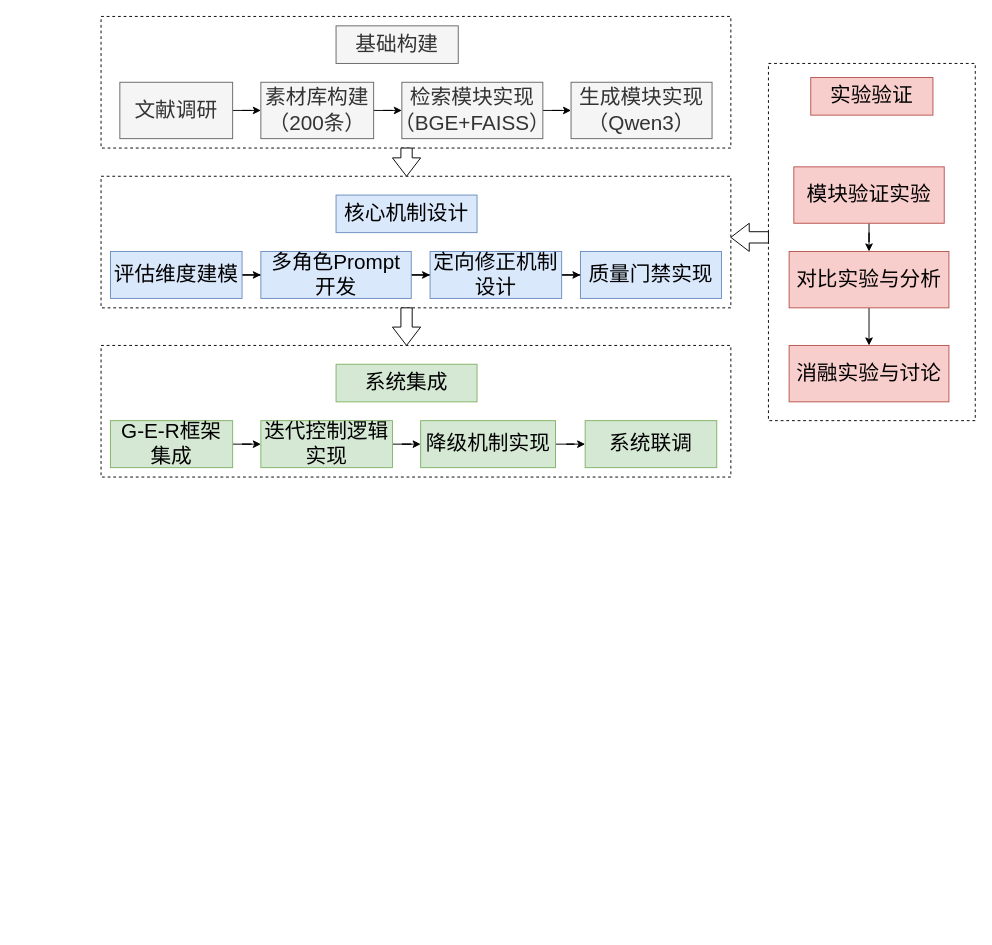
Before: （开题报告3）技术路线图.drawio in handsome-tony/picture, a draw.io diagram. Source tidied: cells renumbered, new cells numbered last; positions are measured from the earlier drawing's top-left corner, leaving out a move shared by most shapes. Both pictures are drawn from the tidied source at 94%, with x=0, y=0 at pixel (101, 16).
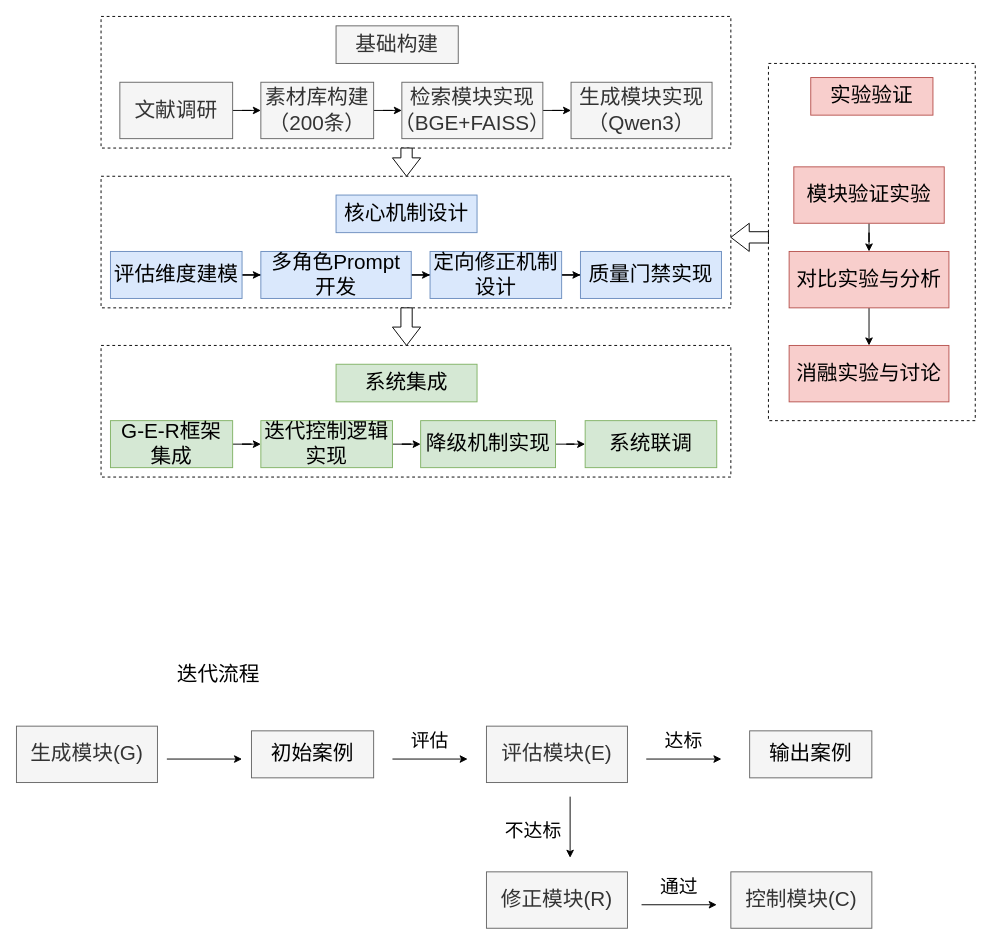
Above is the later version.

Commit message:
更新（开题报告3）技术路线图.drawio

The edit, as a diff of the source:
```diff
@@
+    <mxCell id="39" value="&lt;font style=&quot;font-size: 22px;&quot;&gt;迭代流程&lt;/font&gt;" style="text;html=1;whiteSpace=wrap;strokeColor=none;fillColor=none;align=center;verticalAlign=middle;rounded=0;" parent="1" vertex="1">
+      <mxGeometry x="30" y="680" width="190" height="40" as="geometry" />
+    </mxCell>
+    <mxCell id="40" value="&lt;font style=&quot;font-size: 22px;&quot;&gt;初始案例&lt;/font&gt;" style="rounded=0;whiteSpace=wrap;html=1;fillColor=#f5f5f5;strokeColor=#666666;" parent="1" vertex="1">
+      <mxGeometry x="160" y="760" width="130" height="50" as="geometry" />
+    </mxCell>
+    <mxCell id="41" value="&lt;font style=&quot;font-size: 22px;&quot;&gt;评估模块(E)&lt;/font&gt;" style="rounded=0;whiteSpace=wrap;html=1;fillColor=#f5f5f5;fontColor=#333333;strokeColor=#666666;" parent="1" vertex="1">
+      <mxGeometry x="410" y="755" width="150" height="60" as="geometry" />
+    </mxCell>
+    <mxCell id="42" style="endArrow=classic;html=1;rounded=0;" parent="1" edge="1">
+      <mxGeometry relative="1" as="geometry">
+        <mxPoint x="310" y="790" as="sourcePoint" />
+        <mxPoint x="390" y="790" as="targetPoint" />
+      </mxGeometry>
+    </mxCell>
+    <mxCell id="43" value="&lt;font style=&quot;font-size: 20px;&quot;&gt;评估&lt;/font&gt;" style="text;html=1;whiteSpace=wrap;strokeColor=none;fillColor=none;align=center;verticalAlign=middle;rounded=0;" parent="1" vertex="1">
+      <mxGeometry x="320" y="755" width="60" height="30" as="geometry" />
+    </mxCell>
+    <mxCell id="44" style="endArrow=classic;html=1;rounded=0;" parent="1" edge="1">
+      <mxGeometry relative="1" as="geometry">
+        <mxPoint x="580" y="790" as="sourcePoint" />
+        <mxPoint x="660" y="790" as="targetPoint" />
+      </mxGeometry>
+    </mxCell>
+    <mxCell id="45" value="&lt;font style=&quot;font-size: 20px;&quot;&gt;达标&lt;/font&gt;" style="text;html=1;whiteSpace=wrap;strokeColor=none;fillColor=none;align=center;verticalAlign=middle;rounded=0;" parent="1" vertex="1">
+      <mxGeometry x="590" y="755" width="60" height="30" as="geometry" />
+    </mxCell>
+    <mxCell id="46" value="&lt;font style=&quot;font-size: 22px;&quot;&gt;输出案例&lt;/font&gt;" style="rounded=0;whiteSpace=wrap;html=1;fillColor=#f5f5f5;strokeColor=#666666;" parent="1" vertex="1">
+      <mxGeometry x="690" y="760" width="130" height="50" as="geometry" />
+    </mxCell>
+    <mxCell id="47" style="endArrow=classic;html=1;rounded=0;" parent="1" edge="1">
+      <mxGeometry relative="1" as="geometry">
+        <mxPoint x="499" y="830" as="sourcePoint" />
+        <mxPoint x="499" y="895" as="targetPoint" />
+      </mxGeometry>
+    </mxCell>
+    <mxCell id="48" value="&lt;font style=&quot;font-size: 20px;&quot;&gt;不达标&lt;/font&gt;" style="text;html=1;whiteSpace=wrap;strokeColor=none;fillColor=none;align=center;verticalAlign=middle;rounded=0;" parent="1" vertex="1">
+      <mxGeometry x="420" y="850" width="80" height="30" as="geometry" />
+    </mxCell>
+    <mxCell id="49" value="&lt;font style=&quot;font-size: 22px;&quot;&gt;修正模块(R)&lt;/font&gt;" style="rounded=0;whiteSpace=wrap;html=1;fillColor=#f5f5f5;fontColor=#333333;strokeColor=#666666;" parent="1" vertex="1">
+      <mxGeometry x="410" y="910" width="150" height="60" as="geometry" />
+    </mxCell>
+    <mxCell id="50" style="endArrow=classic;html=1;rounded=0;" parent="1" edge="1">
+      <mxGeometry relative="1" as="geometry">
+        <mxPoint x="575" y="945" as="sourcePoint" />
+        <mxPoint x="655" y="945" as="targetPoint" />
+      </mxGeometry>
+    </mxCell>
+    <mxCell id="51" value="&lt;font style=&quot;font-size: 20px;&quot;&gt;通过&lt;/font&gt;" style="text;html=1;whiteSpace=wrap;strokeColor=none;fillColor=none;align=center;verticalAlign=middle;rounded=0;" parent="1" vertex="1">
+      <mxGeometry x="585" y="910" width="60" height="30" as="geometry" />
+    </mxCell>
+    <mxCell id="52" value="&lt;font style=&quot;font-size: 22px;&quot;&gt;控制模块(C)&lt;/font&gt;" style="rounded=0;whiteSpace=wrap;html=1;fillColor=#f5f5f5;fontColor=#333333;strokeColor=#666666;" parent="1" vertex="1">
+      <mxGeometry x="670" y="910" width="150" height="60" as="geometry" />
+    </mxCell>
+    <mxCell id="53" value="&lt;font style=&quot;font-size: 22px;&quot;&gt;生成模块(G)&lt;/font&gt;" style="rounded=0;whiteSpace=wrap;html=1;fillColor=#f5f5f5;fontColor=#333333;strokeColor=#666666;" parent="1" vertex="1">
+      <mxGeometry x="-90" y="755" width="150" height="60" as="geometry" />
+    </mxCell>
+    <mxCell id="54" style="endArrow=classic;html=1;rounded=0;" parent="1" edge="1">
+      <mxGeometry relative="1" as="geometry">
+        <mxPoint x="70" y="790" as="sourcePoint" />
+        <mxPoint x="150" y="790" as="targetPoint" />
+      </mxGeometry>
+    </mxCell>
```
